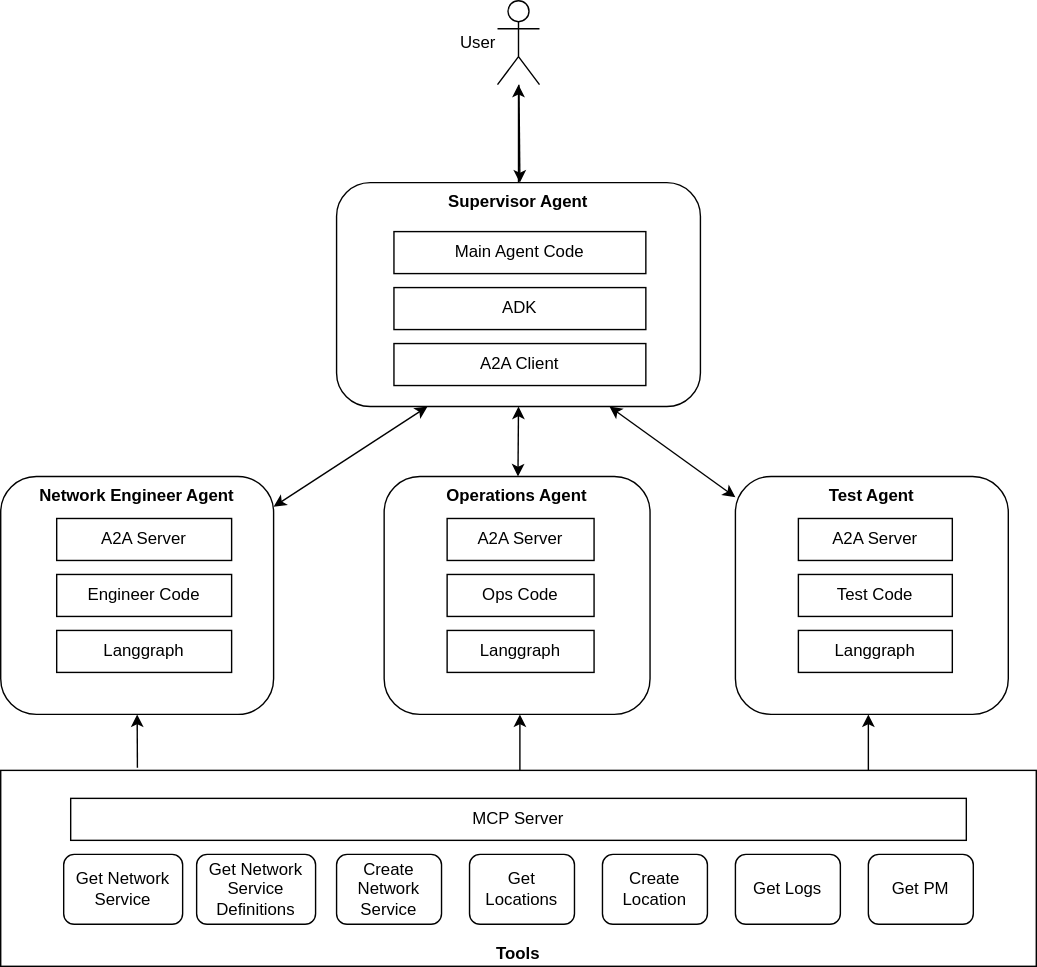
LeegenSteven/NetworkAgent-dev keeps this draw.io diagram as drawings/agent/chatagents.drawio.svg. Above is the earlier version. Source tidied: cells renumbered, new cells last; positions are measured from the earlier drawing's top-left corner, leaving out a move shared by most shapes.
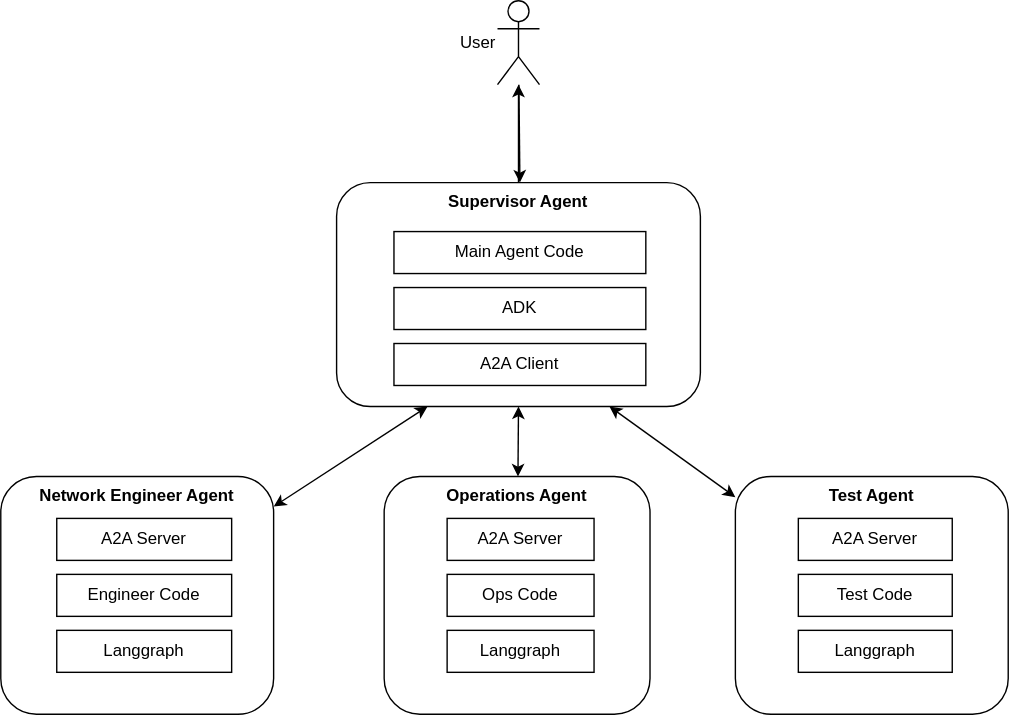
After the change.

Diff of the diagram source:
```diff
@@ -26,9 +26,6 @@
     <mxCell id="9" value="Langgraph" style="rounded=0;whiteSpace=wrap;html=1;" parent="1" vertex="1">
       <mxGeometry x="570" y="450" width="110" height="30" as="geometry" />
     </mxCell>
-    <mxCell id="10" value="Tools" style="rounded=0;whiteSpace=wrap;html=1;verticalAlign=bottom;fontStyle=1;" parent="1" vertex="1">
-      <mxGeometry y="550" width="740" height="140" as="geometry" />
-    </mxCell>
     <mxCell id="11" value="Engineer Code" style="rounded=0;whiteSpace=wrap;html=1;" parent="1" vertex="1">
       <mxGeometry x="40" y="410" width="125" height="30" as="geometry" />
     </mxCell>
@@ -50,39 +47,6 @@
     <mxCell id="17" value="A2A Client" style="rounded=0;whiteSpace=wrap;html=1;" parent="1" vertex="1">
       <mxGeometry x="281" y="245" width="180" height="30" as="geometry" />
     </mxCell>
-    <mxCell id="18" value="Get Network Service" style="rounded=1;whiteSpace=wrap;html=1;" parent="1" vertex="1">
-      <mxGeometry x="45" y="610" width="85" height="50" as="geometry" />
-    </mxCell>
-    <mxCell id="19" value="Get Network Service Definitions" style="rounded=1;whiteSpace=wrap;html=1;" parent="1" vertex="1">
-      <mxGeometry x="140" y="610" width="85" height="50" as="geometry" />
-    </mxCell>
-    <mxCell id="20" value="Create Network Service" style="rounded=1;whiteSpace=wrap;html=1;" parent="1" vertex="1">
-      <mxGeometry x="240" y="610" width="75" height="50" as="geometry" />
-    </mxCell>
-    <mxCell id="21" value="Get Locations" style="rounded=1;whiteSpace=wrap;html=1;" parent="1" vertex="1">
-      <mxGeometry x="335" y="610" width="75" height="50" as="geometry" />
-    </mxCell>
-    <mxCell id="22" value="Get PM" style="rounded=1;whiteSpace=wrap;html=1;" parent="1" vertex="1">
-      <mxGeometry x="620" y="610" width="75" height="50" as="geometry" />
-    </mxCell>
-    <mxCell id="23" value="MCP Server" style="rounded=0;whiteSpace=wrap;html=1;" parent="1" vertex="1">
-      <mxGeometry x="50" y="570" width="640" height="30" as="geometry" />
-    </mxCell>
-    <mxCell id="24" value="Get Logs" style="rounded=1;whiteSpace=wrap;html=1;" parent="1" vertex="1">
-      <mxGeometry x="525" y="610" width="75" height="50" as="geometry" />
-    </mxCell>
-    <mxCell id="25" value="Create Location" style="rounded=1;whiteSpace=wrap;html=1;" parent="1" vertex="1">
-      <mxGeometry x="430" y="610" width="75" height="50" as="geometry" />
-    </mxCell>
-    <mxCell id="26" style="endArrow=classic;html=1;entryX=0.5;entryY=1;entryDx=0;entryDy=0;exitX=0.132;exitY=-0.014;exitDx=0;exitDy=0;exitPerimeter=0;" parent="1" edge="1" source="10" target="5">
-      <mxGeometry relative="1" as="geometry" />
-    </mxCell>
-    <mxCell id="27" style="endArrow=classic;html=1;entryX=0.5;entryY=1;entryDx=0;entryDy=0;exitX=0.176;exitY=0;exitDx=0;exitDy=0;exitPerimeter=0;" parent="1" edge="1">
-      <mxGeometry relative="1" as="geometry">
-        <mxPoint x="620" y="550" as="sourcePoint" />
-        <mxPoint x="620" y="510" as="targetPoint" />
-      </mxGeometry>
-    </mxCell>
     <mxCell id="28" style="edgeStyle=none;html=1;" parent="1" edge="1" source="29">
       <mxGeometry relative="1" as="geometry">
         <mxPoint x="371" y="130" as="targetPoint" />
@@ -103,12 +67,6 @@
     <mxCell id="33" value="Ops Code" style="rounded=0;whiteSpace=wrap;html=1;" parent="1" vertex="1">
       <mxGeometry x="319" y="410" width="105" height="30" as="geometry" />
     </mxCell>
-    <mxCell id="34" style="endArrow=classic;html=1;entryX=0.5;entryY=1;entryDx=0;entryDy=0;exitX=0.176;exitY=0;exitDx=0;exitDy=0;exitPerimeter=0;" parent="1" edge="1">
-      <mxGeometry relative="1" as="geometry">
-        <mxPoint x="371" y="550" as="sourcePoint" />
-        <mxPoint x="371" y="510" as="targetPoint" />
-      </mxGeometry>
-    </mxCell>
     <mxCell id="35" style="edgeStyle=none;html=1;entryX=0.5;entryY=1;entryDx=0;entryDy=0;startArrow=classic;startFill=1;" parent="1" edge="1" source="30" target="3">
       <mxGeometry relative="1" as="geometry" />
     </mxCell>
```
